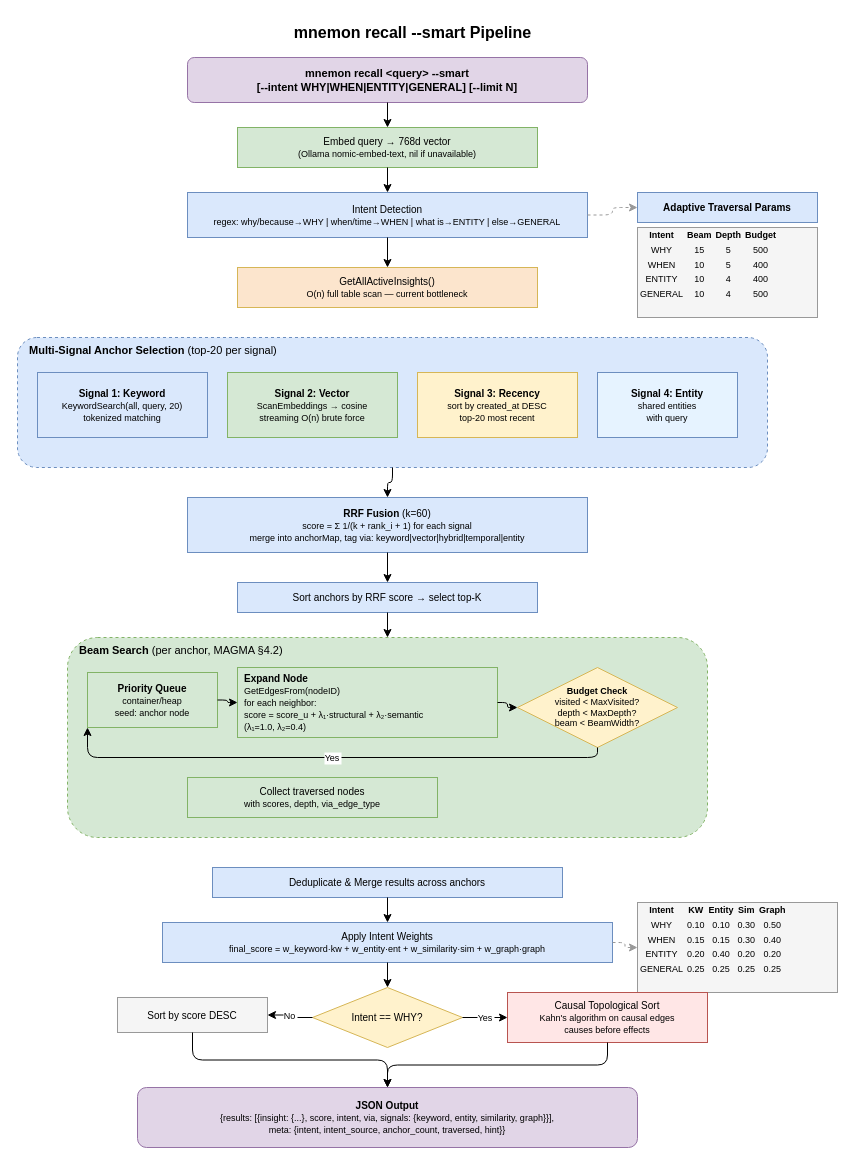
Earlier version of the draw.io diagram page "Recall Pipeline (Default)" (3 of 9) of docs/diagrams/mnemon-architecture.drawio (suxatcode/mnemon). Source tidied: cells renumbered, new cells numbered last; positions are measured from the earlier drawing's top-left corner, leaving out a move shared by most shapes. Both pictures are drawn from the tidied source at 100%, with x=0, y=0 at pixel (17, 17).
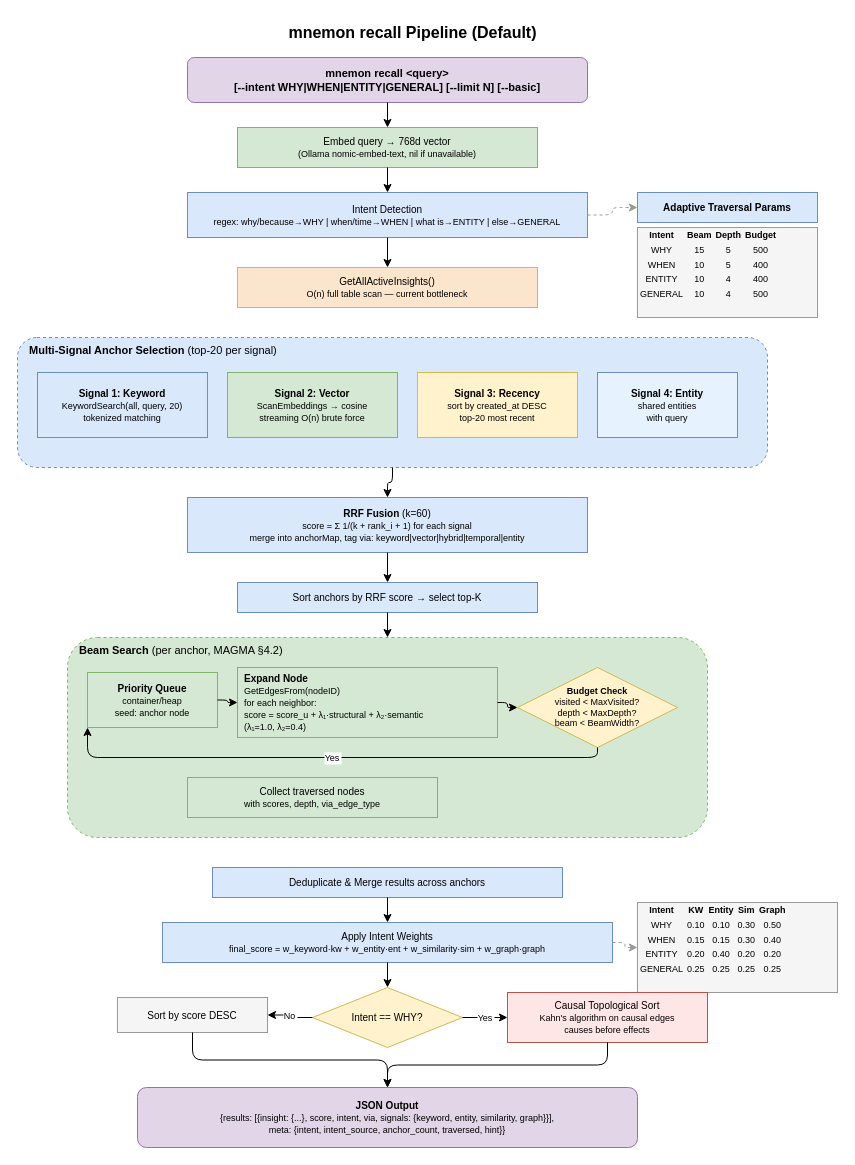
The same diagram, later.

The edit, as a diff of the source:
```diff
@@
-    <mxCell id="2" value="&lt;b&gt;mnemon recall --smart Pipeline&lt;/b&gt;" style="text;html=1;align=center;verticalAlign=middle;fontSize=16;strokeColor=none;fillColor=none;" parent="1" vertex="1">
+    <mxCell id="2" value="&lt;b&gt;mnemon recall Pipeline (Default)&lt;/b&gt;" style="text;html=1;align=center;verticalAlign=middle;fontSize=16;strokeColor=none;fillColor=none;" parent="1" vertex="1">
       <mxGeometry x="220" width="350" height="30" as="geometry" />
     </mxCell>
-    <mxCell id="3" value="mnemon recall &amp;lt;query&amp;gt; --smart&lt;br&gt;[--intent WHY|WHEN|ENTITY|GENERAL] [--limit N]" style="rounded=1;whiteSpace=wrap;html=1;fillColor=#e1d5e7;strokeColor=#9673a6;fontSize=11;fontStyle=1;" parent="1" vertex="1">
+    <mxCell id="3" value="mnemon recall &amp;lt;query&amp;gt;&lt;br&gt;[--intent WHY|WHEN|ENTITY|GENERAL] [--limit N] [--basic]" style="rounded=1;whiteSpace=wrap;html=1;fillColor=#e1d5e7;strokeColor=#9673a6;fontSize=11;fontStyle=1;" parent="1" vertex="1">
       <mxGeometry x="170" y="40" width="400" height="45" as="geometry" />
     </mxCell>
```
